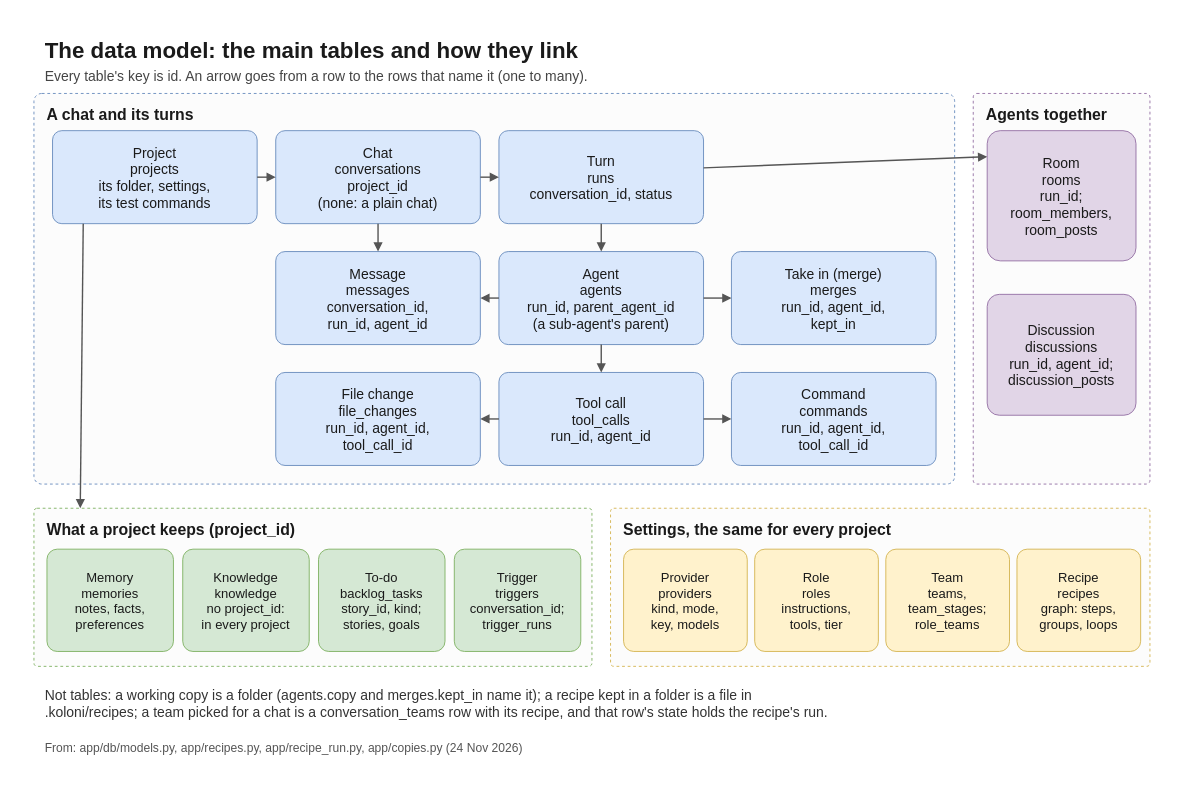
Above: docs/diagrams/data-model.drawio in flyingriverhorse/Koloni (draw.io), before the change. Source tidied: cells renumbered, new cells numbered last; positions are measured from the earlier drawing's top-left corner, leaving out a move shared by most shapes. Both pictures are drawn from the tidied source at 93%, with x=0, y=0 at pixel (15, 15).
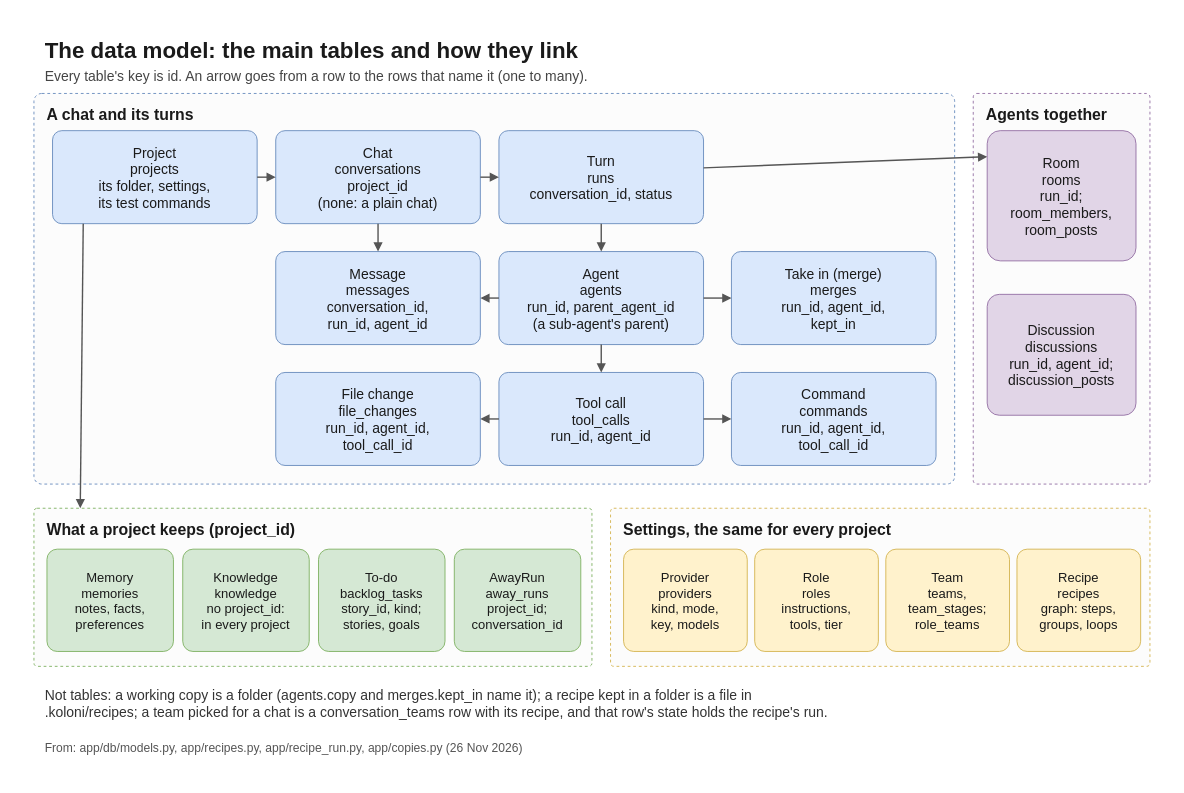
Above is the later version.

Change to the diagram source:
```diff
@@
-    <mxCell id="32" value="Trigger&#10;triggers&#10;conversation_id;&#10;trigger_runs" style="rounded=1;arcSize=10;fillColor=#d5e8d4;strokeColor=#82b366;fontFamily=Helvetica;fontColor=#1a1a1a;fontSize=14;spacing=6;" parent="1" vertex="1">
+    <mxCell id="32" value="AwayRun&#10;away_runs&#10;project_id;&#10;conversation_id" style="rounded=1;arcSize=10;fillColor=#d5e8d4;strokeColor=#82b366;fontFamily=Helvetica;fontColor=#1a1a1a;fontSize=14;spacing=6;" parent="1" vertex="1">
       <mxGeometry x="472" y="574" width="136" height="110" as="geometry" />
     </mxCell>
@@
-    <mxCell id="40" value="From: app/db/models.py, app/recipes.py, app/recipe_run.py, app/copies.py (24 Nov 2026)" style="text;strokeColor=none;fillColor=none;fontFamily=Helvetica;fontColor=#555555;fontSize=13;align=left;verticalAlign=top;" parent="1" vertex="1">
+    <mxCell id="40" value="From: app/db/models.py, app/recipes.py, app/recipe_run.py, app/copies.py (26 Nov 2026)" style="text;strokeColor=none;fillColor=none;fontFamily=Helvetica;fontColor=#555555;fontSize=13;align=left;verticalAlign=top;" parent="1" vertex="1">
       <mxGeometry x="30" y="774" width="1180" height="40" as="geometry" />
     </mxCell>
```
